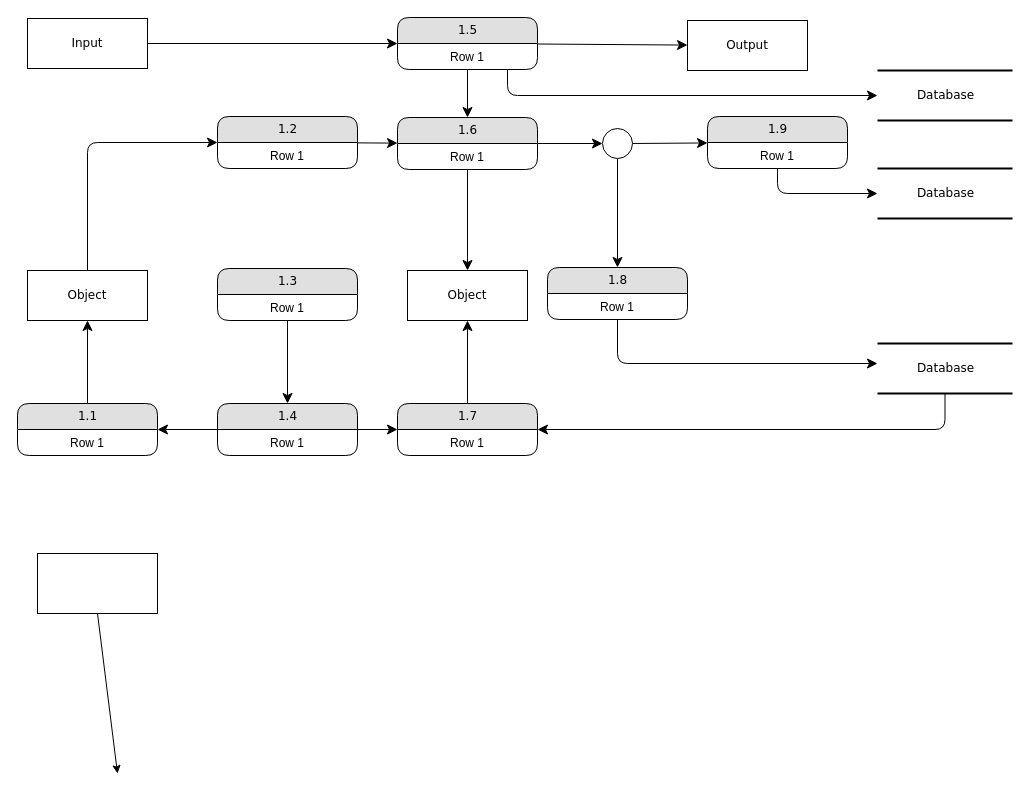
The draw.io diagram 未命名绘图.drawio in TITANXP/diagrams, before the edit. Source tidied: cells renumbered, new cells numbered last; positions are measured from the earlier drawing's top-left corner, leaving out a move shared by most shapes. Both pictures are drawn from the tidied source at 100%, with x=0, y=0 at pixel (17, 17).
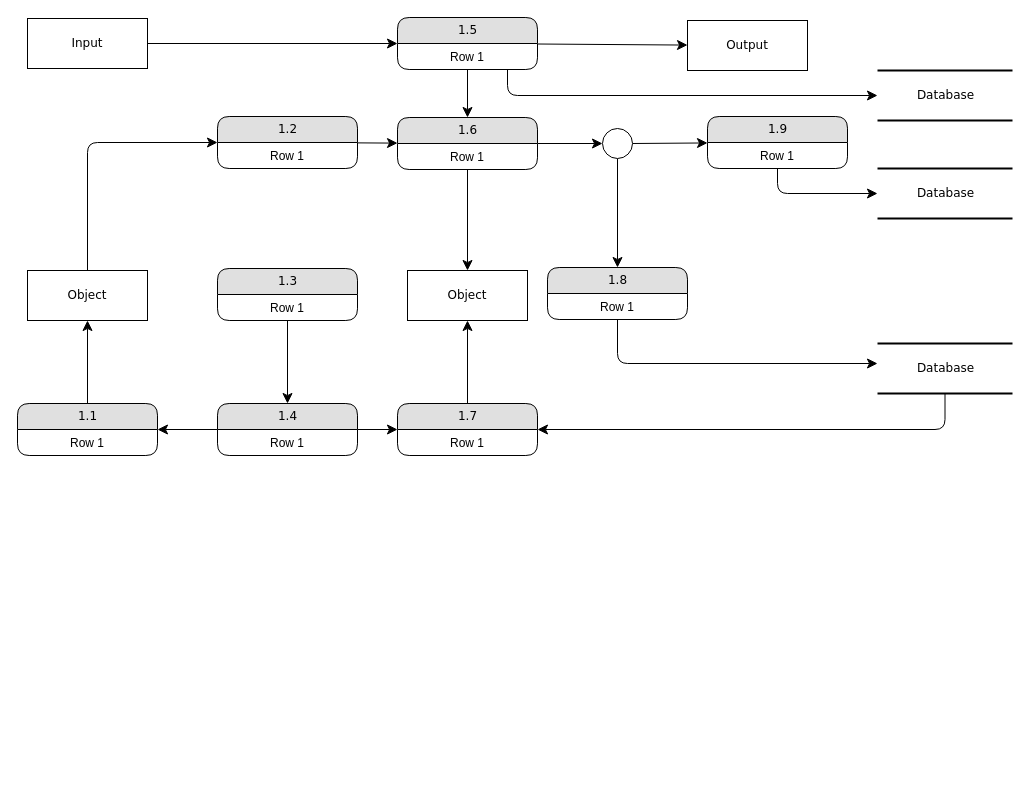
The same diagram, later.

Commit message:
毕设推荐系统.drawio

Diff of the diagram source:
```diff
@@
-    <mxCell id="46" style="rounded=0;whiteSpace=wrap;html=1;" parent="1" vertex="1">
-      <mxGeometry x="20" y="536" width="120" height="60" as="geometry" />
-    </mxCell>
-    <mxCell id="47" style="endArrow=none;startArrow=classic;html=1;entryX=0.5;entryY=1;entryDx=0;entryDy=0;endFill=0;" parent="1" edge="1" target="46">
-      <mxGeometry relative="1" as="geometry">
-        <mxPoint x="100" y="756" as="sourcePoint" />
-      </mxGeometry>
-    </mxCell>
```
